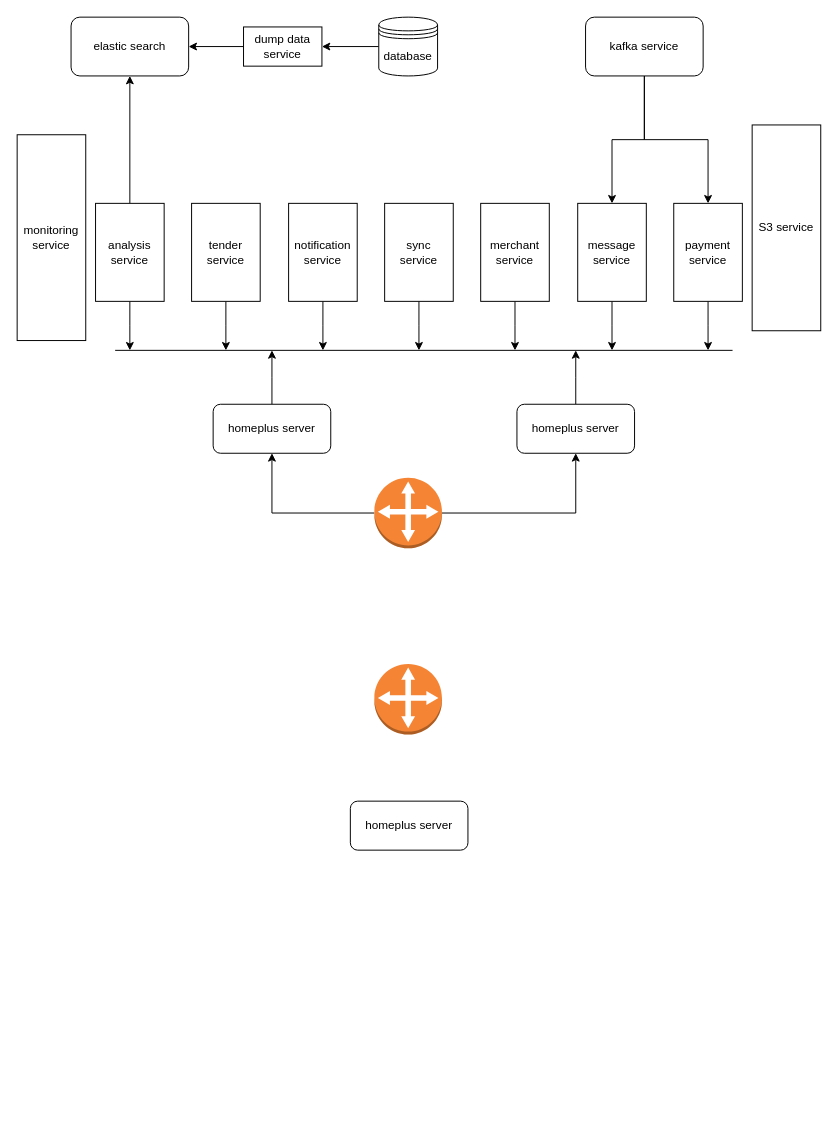
Earlier version of the draw.io diagram homeplus_component.drawio (frankyzf/drawio). Source tidied: cells renumbered, new cells numbered last; positions are measured from the earlier drawing's top-left corner, leaving out a move shared by most shapes. Both pictures are drawn from the tidied source at 98%, with x=0, y=0 at pixel (17, 17).
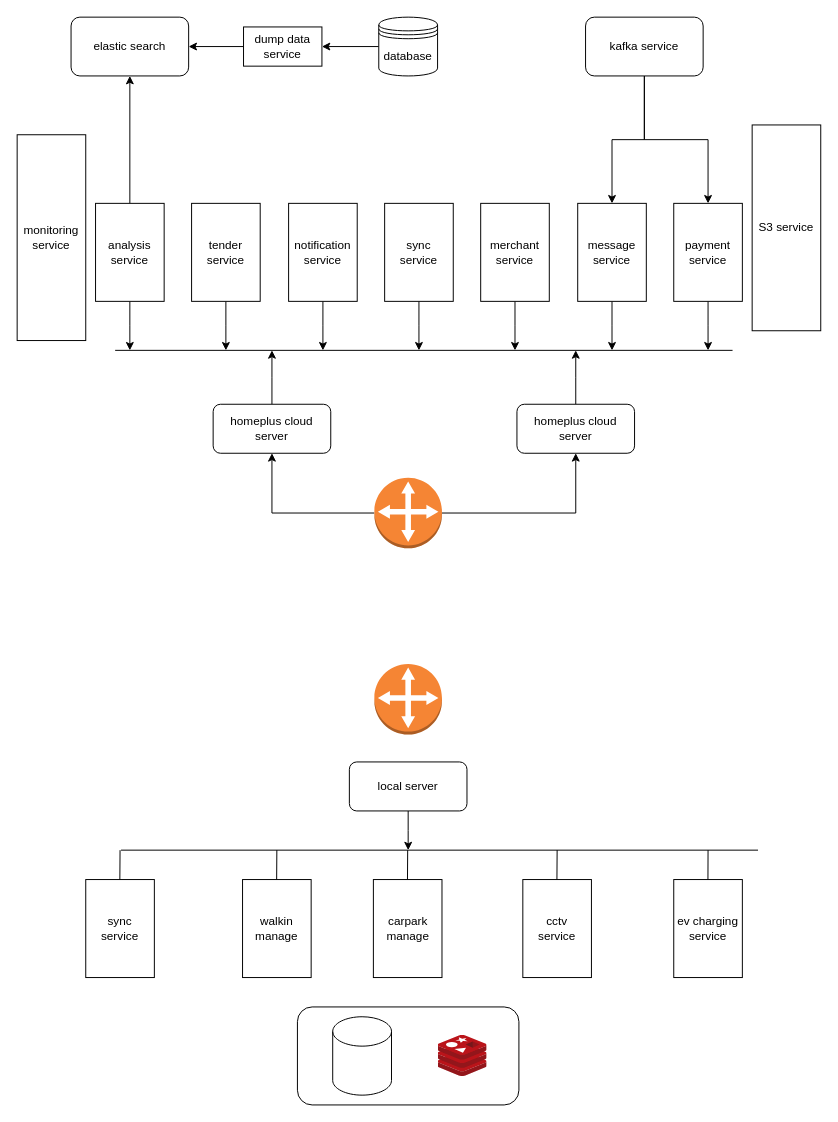
The same page after the edit.

The edit, as a diff of the source:
```diff
@@
-    <mxCell id="8" value="homeplus server" style="rounded=1;whiteSpace=wrap;html=1;" parent="1" vertex="1">
+    <mxCell id="8" value="homeplus cloud server" style="rounded=1;whiteSpace=wrap;html=1;" parent="1" vertex="1">
       <mxGeometry x="200" y="395" width="120" height="50" as="geometry" />
     </mxCell>
@@
-    <mxCell id="10" value="homeplus server" style="rounded=1;whiteSpace=wrap;html=1;" parent="1" vertex="1">
+    <mxCell id="10" value="homeplus cloud server" style="rounded=1;whiteSpace=wrap;html=1;" parent="1" vertex="1">
       <mxGeometry x="510" y="395" width="120" height="50" as="geometry" />
     </mxCell>
@@
+    <mxCell id="37" style="edgeStyle=orthogonalEdgeStyle;rounded=0;jettySize=auto;html=1;" parent="1" edge="1" source="36">
+      <mxGeometry relative="1" as="geometry">
+        <mxPoint x="399" y="850" as="targetPoint" />
+      </mxGeometry>
+    </mxCell>
-    <mxCell id="36" value="homeplus server" style="rounded=1;whiteSpace=wrap;html=1;" parent="1" vertex="1">
-      <mxGeometry x="340" y="800" width="120" height="50" as="geometry" />
+    <mxCell id="36" value="local server" style="rounded=1;whiteSpace=wrap;html=1;" parent="1" vertex="1">
+      <mxGeometry x="339" y="760" width="120" height="50" as="geometry" />
     </mxCell>
+    <mxCell id="38" value="sync &lt;br&gt;service" style="rounded=0;whiteSpace=wrap;html=1;" parent="1" vertex="1">
+      <mxGeometry x="70" y="880" width="70" height="100" as="geometry" />
+    </mxCell>
+    <mxCell id="39" value="walkin manage" style="rounded=0;whiteSpace=wrap;html=1;" parent="1" vertex="1">
+      <mxGeometry x="230" y="880" width="70" height="100" as="geometry" />
+    </mxCell>
+    <mxCell id="40" value="carpark manage" style="rounded=0;whiteSpace=wrap;html=1;" parent="1" vertex="1">
+      <mxGeometry x="363.5" y="880" width="70" height="100" as="geometry" />
+    </mxCell>
+    <mxCell id="41" value="cctv &lt;br&gt;service" style="rounded=0;whiteSpace=wrap;html=1;" parent="1" vertex="1">
+      <mxGeometry x="516" y="880" width="70" height="100" as="geometry" />
+    </mxCell>
+    <mxCell id="42" value="ev charging&lt;br&gt;service" style="rounded=0;whiteSpace=wrap;html=1;" parent="1" vertex="1">
+      <mxGeometry x="670" y="880" width="70" height="100" as="geometry" />
+    </mxCell>
+    <mxCell id="43" style="group;" parent="1" vertex="1">
+      <mxGeometry x="286" y="1010" width="226" height="100" as="geometry" />
+    </mxCell>
+    <mxCell id="44" style="rounded=1;whiteSpace=wrap;html=1;" parent="43" vertex="1">
+      <mxGeometry width="226" height="100" as="geometry" />
+    </mxCell>
+    <mxCell id="45" style="shape=cylinder3;whiteSpace=wrap;html=1;boundedLbl=1;backgroundOutline=1;size=15;" parent="43" vertex="1">
+      <mxGeometry x="36" y="10" width="60" height="80" as="geometry" />
+    </mxCell>
+    <mxCell id="46" style="sketch=0;html=1;align=center;image;fontSize=12;image=img/lib/mscae/Cache_Redis_Product.svg;" parent="43" vertex="1">
+      <mxGeometry x="143.5" y="29" width="50" height="42" as="geometry" />
+    </mxCell>
+    <mxCell id="47" style="endArrow=none;html=1;rounded=0;" parent="1" edge="1">
+      <mxGeometry relative="1" as="geometry">
+        <mxPoint x="106" y="850" as="sourcePoint" />
+        <mxPoint x="756" y="850" as="targetPoint" />
+      </mxGeometry>
+    </mxCell>
+    <mxCell id="48" style="endArrow=none;html=1;rounded=0;" parent="1" edge="1">
+      <mxGeometry relative="1" as="geometry">
+        <mxPoint x="704.9" y="880" as="sourcePoint" />
+        <mxPoint x="705" y="850" as="targetPoint" />
+      </mxGeometry>
+    </mxCell>
+    <mxCell id="49" style="endArrow=none;html=1;rounded=0;" parent="1" edge="1">
+      <mxGeometry relative="1" as="geometry">
+        <mxPoint x="550.8" y="880" as="sourcePoint" />
+        <mxPoint x="551" y="850" as="targetPoint" />
+      </mxGeometry>
+    </mxCell>
+    <mxCell id="50" style="endArrow=none;html=1;rounded=0;" parent="1" edge="1">
+      <mxGeometry relative="1" as="geometry">
+        <mxPoint x="398.3" y="880" as="sourcePoint" />
+        <mxPoint x="398.5" y="850" as="targetPoint" />
+      </mxGeometry>
+    </mxCell>
+    <mxCell id="51" style="endArrow=none;html=1;rounded=0;" parent="1" edge="1">
+      <mxGeometry relative="1" as="geometry">
+        <mxPoint x="104.8" y="880" as="sourcePoint" />
+        <mxPoint x="105" y="850" as="targetPoint" />
+      </mxGeometry>
+    </mxCell>
+    <mxCell id="52" style="endArrow=none;html=1;rounded=0;" parent="1" edge="1">
+      <mxGeometry relative="1" as="geometry">
+        <mxPoint x="264.8" y="880" as="sourcePoint" />
+        <mxPoint x="265" y="850" as="targetPoint" />
+      </mxGeometry>
+    </mxCell>
```
